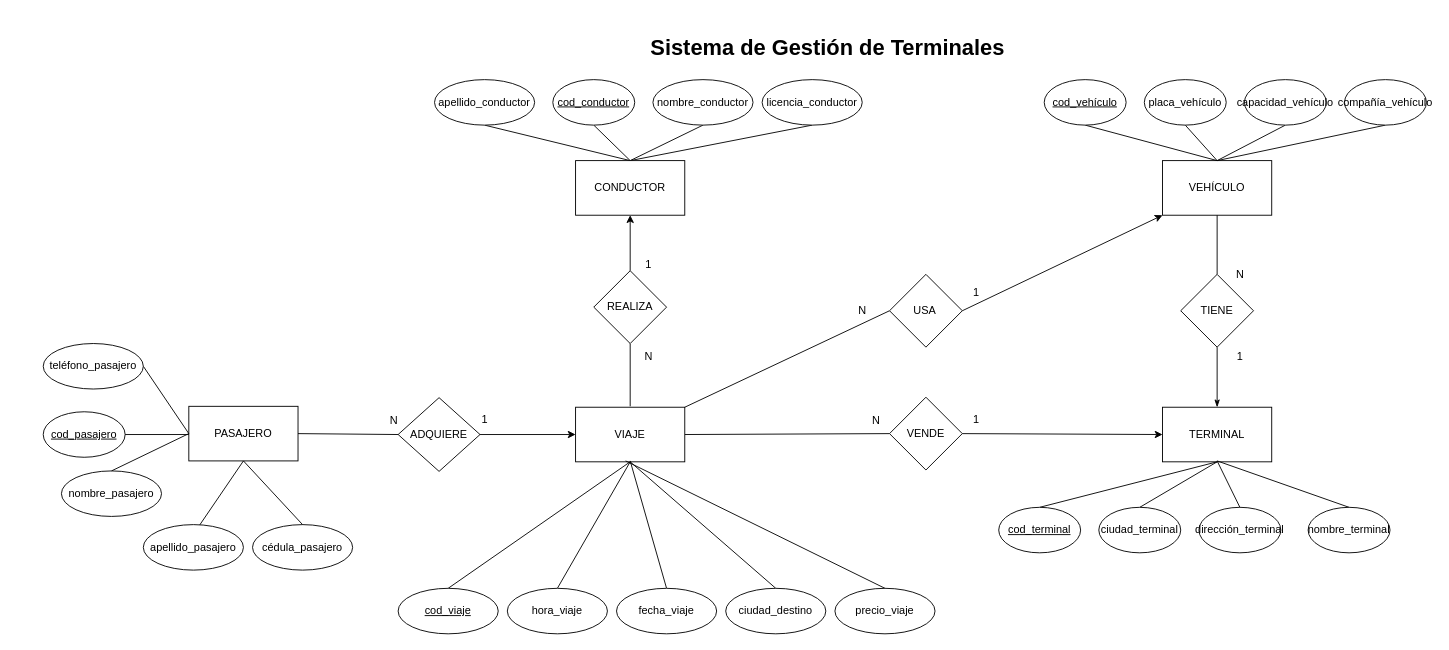
The draw.io diagram MER.drawio in Vladimirjon/Proyecto_BDD, before the edit. Source tidied: cells renumbered, new cells numbered last; positions are measured from the earlier drawing's top-left corner, leaving out a move shared by most shapes. Both pictures are drawn from the tidied source at 91%, with x=0, y=0 at pixel (43, 15).
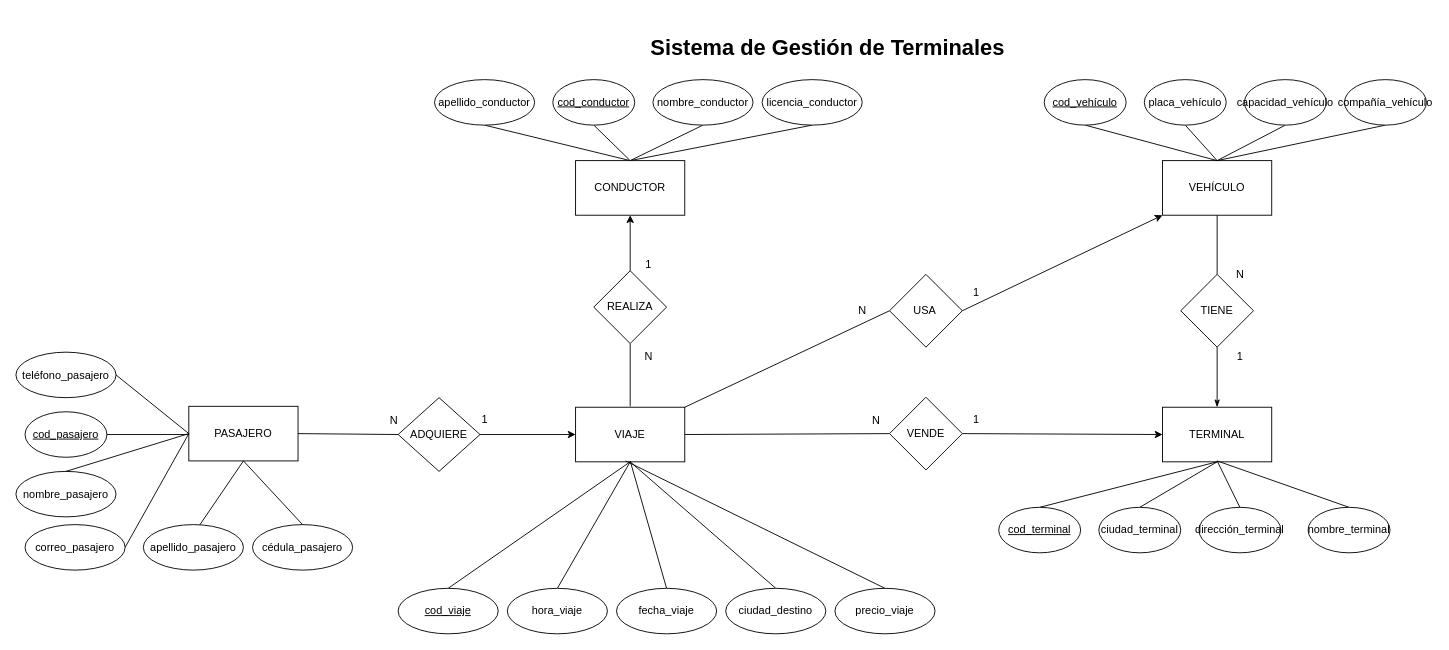
The same page after the edit.

Commit message (it also covers changes not shown here):
added correo pasajero atributo

The edit, as a diff of the source:
```diff
@@
     <mxCell id="51" value="&lt;u&gt;cod_pasajero&lt;/u&gt;" style="ellipse;whiteSpace=wrap;html=1;" parent="1" vertex="1">
-      <mxGeometry y="435" width="90" height="50" as="geometry" />
+      <mxGeometry x="-20" y="435" width="90" height="50" as="geometry" />
     </mxCell>
     <mxCell id="52" value="nombre_pasajero" style="ellipse;whiteSpace=wrap;html=1;" parent="1" vertex="1">
-      <mxGeometry x="20" y="500" width="110" height="50" as="geometry" />
+      <mxGeometry x="-30" y="500.5" width="110" height="50" as="geometry" />
     </mxCell>
@@
     <mxCell id="66" value="teléfono_pasajero" style="ellipse;whiteSpace=wrap;html=1;" parent="1" vertex="1">
-      <mxGeometry y="360" width="110" height="50" as="geometry" />
+      <mxGeometry x="-30" y="369.5" width="110" height="50" as="geometry" />
     </mxCell>
@@
+    <mxCell id="77" style="edgeStyle=none;html=1;exitX=1;exitY=0.5;exitDx=0;exitDy=0;endArrow=none;endFill=0;" parent="1" edge="1" source="78">
+      <mxGeometry relative="1" as="geometry">
+        <mxPoint x="160" y="459" as="targetPoint" />
+      </mxGeometry>
+    </mxCell>
+    <mxCell id="78" value="correo_pasajero" style="ellipse;whiteSpace=wrap;html=1;" parent="1" vertex="1">
+      <mxGeometry x="-20" y="559" width="110" height="50" as="geometry" />
+    </mxCell>
```
